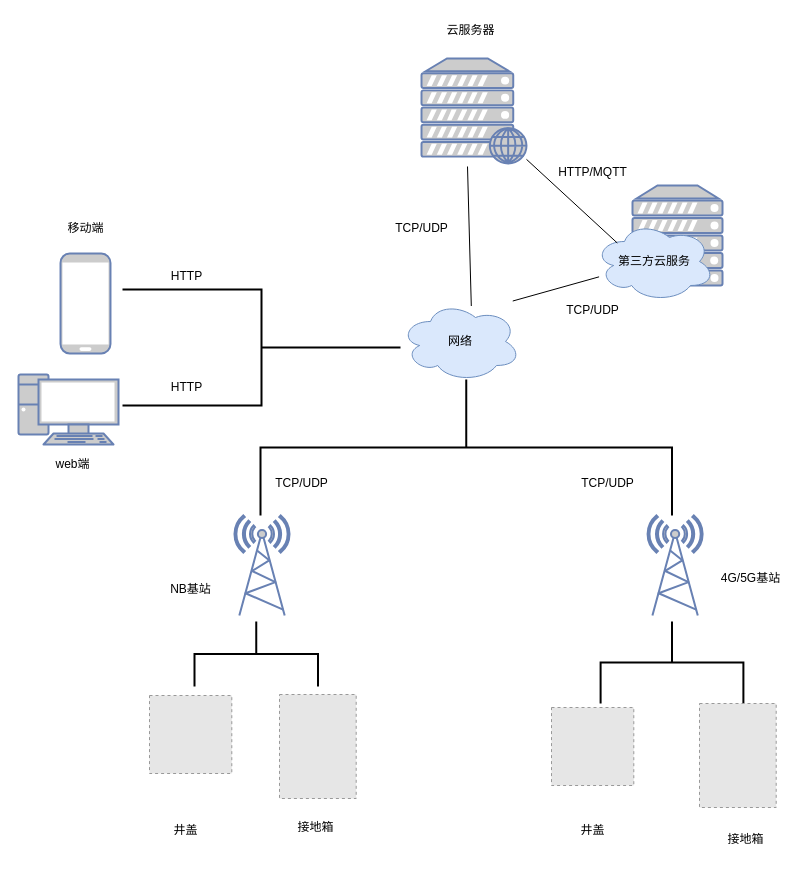
Earlier version of the draw.io diagram page "拓扑图" (2 of 4) of 模块.drawio (viking-wj/software). Source tidied: cells renumbered, new cells numbered last; positions are measured from the earlier drawing's top-left corner, leaving out a move shared by most shapes. Both pictures are drawn from the tidied source at 100%, with x=0, y=0 at pixel (18, 17). Pictures stored in the file or linked from it are replaced by grey dashed boxes.
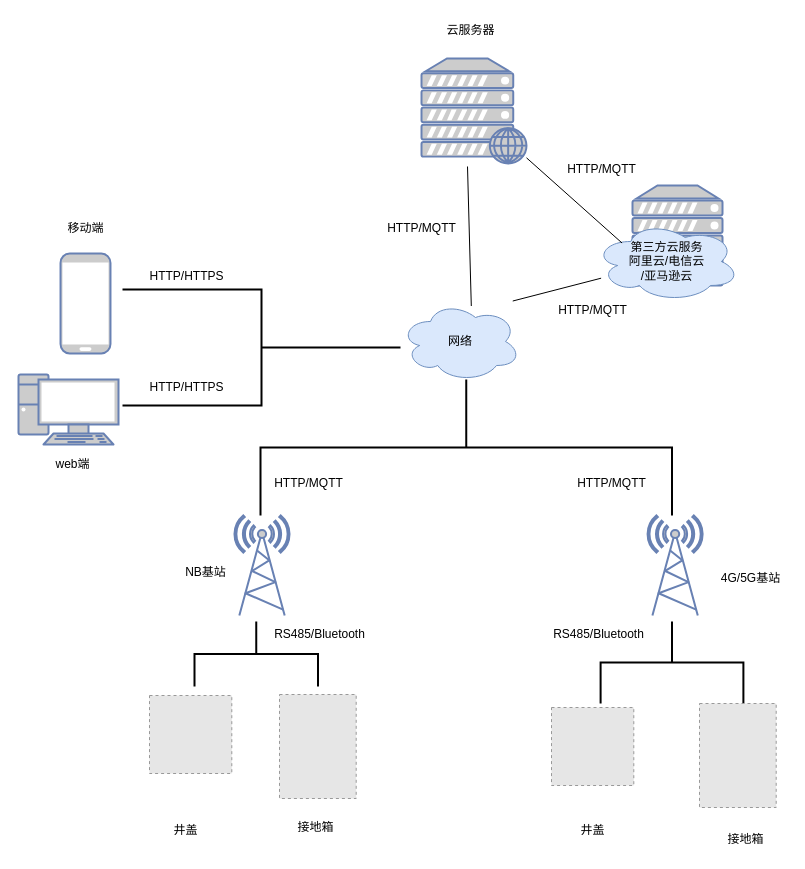
Above is the later version.

Diff of the diagram source:
```diff
@@
     <mxCell id="10" value="NB基站" style="text;html=1;align=center;verticalAlign=middle;strokeColor=none;fillColor=none;" parent="1" vertex="1">
-      <mxGeometry x="142.7" y="559" width="59" height="26" as="geometry" />
+      <mxGeometry x="157" y="542" width="59" height="26" as="geometry" />
     </mxCell>
@@
     <mxCell id="21" value="HTTP/MQTT" style="text;html=1;align=center;verticalAlign=middle;strokeColor=none;fillColor=none;" parent="1" vertex="1">
-      <mxGeometry x="530.6" y="142" width="87" height="26" as="geometry" />
+      <mxGeometry x="539" y="139" width="87" height="26" as="geometry" />
     </mxCell>
@@
-    <mxCell id="23" value="第三方云服务" style="ellipse;shape=cloud;whiteSpace=wrap;html=1;fillColor=#dae8fc;strokeColor=#6c8ebf;" parent="1" vertex="1">
-      <mxGeometry x="576" y="204" width="120" height="80" as="geometry" />
+    <mxCell id="23" value="第三方云服务&lt;br&gt;阿里云/电信云&lt;br&gt;/亚马逊云" style="ellipse;shape=cloud;whiteSpace=wrap;html=1;fillColor=#dae8fc;strokeColor=#6c8ebf;" parent="1" vertex="1">
+      <mxGeometry x="576" y="204" width="145" height="80" as="geometry" />
     </mxCell>
-    <mxCell id="24" value="HTTP" style="text;html=1;align=center;verticalAlign=middle;strokeColor=none;fillColor=none;" parent="1" vertex="1">
-      <mxGeometry x="143" y="246" width="49" height="26" as="geometry" />
+    <mxCell id="24" value="HTTP/HTTPS" style="text;html=1;align=center;verticalAlign=middle;strokeColor=none;fillColor=none;" parent="1" vertex="1">
+      <mxGeometry x="122" y="246" width="92" height="26" as="geometry" />
     </mxCell>
@@
-    <mxCell id="27" value="TCP/UDP" style="text;html=1;align=center;verticalAlign=middle;strokeColor=none;fillColor=none;" parent="1" vertex="1">
-      <mxGeometry x="247" y="453" width="71" height="26" as="geometry" />
+    <mxCell id="27" value="HTTP/MQTT" style="text;html=1;align=center;verticalAlign=middle;strokeColor=none;fillColor=none;" parent="1" vertex="1">
+      <mxGeometry x="246" y="453" width="87" height="26" as="geometry" />
     </mxCell>
@@
-    <mxCell id="32" value="HTTP" style="text;html=1;align=center;verticalAlign=middle;strokeColor=none;fillColor=none;" parent="1" vertex="1">
-      <mxGeometry x="143" y="357" width="49" height="26" as="geometry" />
+    <mxCell id="32" value="HTTP/HTTPS" style="text;html=1;align=center;verticalAlign=middle;strokeColor=none;fillColor=none;" parent="1" vertex="1">
+      <mxGeometry x="122" y="357" width="92" height="26" as="geometry" />
     </mxCell>
@@
-    <mxCell id="34" value="TCP/UDP" style="text;html=1;align=center;verticalAlign=middle;strokeColor=none;fillColor=none;" parent="1" vertex="1">
-      <mxGeometry x="553.1" y="453" width="71" height="26" as="geometry" />
+    <mxCell id="34" value="HTTP/MQTT" style="text;html=1;align=center;verticalAlign=middle;strokeColor=none;fillColor=none;" parent="1" vertex="1">
+      <mxGeometry x="549" y="453" width="87" height="26" as="geometry" />
     </mxCell>
-    <mxCell id="35" value="TCP/UDP" style="text;html=1;align=center;verticalAlign=middle;strokeColor=none;fillColor=none;" parent="1" vertex="1">
-      <mxGeometry x="538.6" y="280" width="71" height="26" as="geometry" />
+    <mxCell id="35" value="HTTP/MQTT" style="text;html=1;align=center;verticalAlign=middle;strokeColor=none;fillColor=none;" parent="1" vertex="1">
+      <mxGeometry x="530.6" y="280" width="87" height="26" as="geometry" />
     </mxCell>
-    <mxCell id="36" value="TCP/UDP" style="text;html=1;align=center;verticalAlign=middle;strokeColor=none;fillColor=none;" parent="1" vertex="1">
-      <mxGeometry x="367" y="198" width="71" height="26" as="geometry" />
+    <mxCell id="36" value="HTTP/MQTT" style="text;html=1;align=center;verticalAlign=middle;strokeColor=none;fillColor=none;" parent="1" vertex="1">
+      <mxGeometry x="359" y="198" width="87" height="26" as="geometry" />
     </mxCell>
+    <mxCell id="37" value="RS485/Bluetooth" style="text;html=1;align=center;verticalAlign=middle;strokeColor=none;fillColor=none;" parent="1" vertex="1">
+      <mxGeometry x="246" y="604" width="109" height="26" as="geometry" />
+    </mxCell>
+    <mxCell id="38" value="RS485/Bluetooth" style="text;html=1;align=center;verticalAlign=middle;strokeColor=none;fillColor=none;" parent="1" vertex="1">
+      <mxGeometry x="525" y="604" width="109" height="26" as="geometry" />
+    </mxCell>
```
